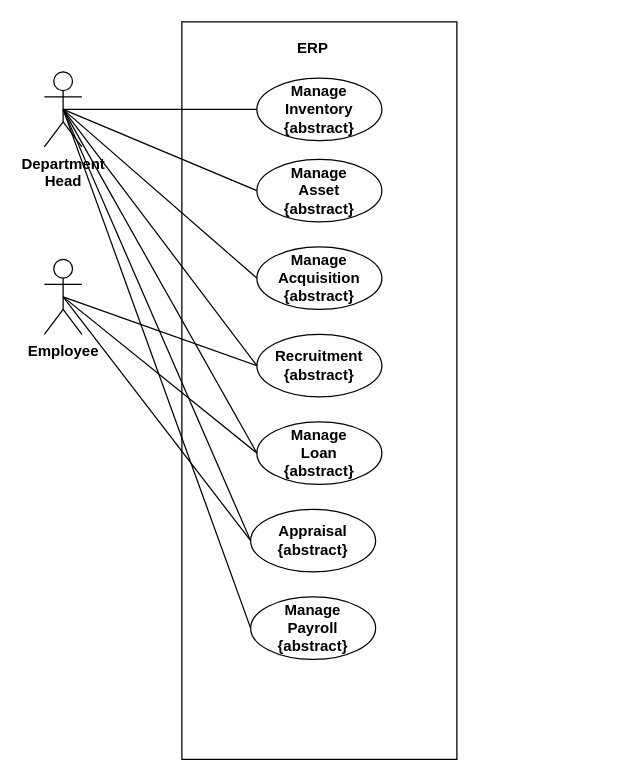
Above: stadia/system-documentation/usecases/top_level_usecase.drawio in Simonbelete/odoo-modules (draw.io), before the change. Source tidied: cells renumbered, new cells numbered last; positions are measured from the earlier drawing's top-left corner, leaving out a move shared by most shapes. Both pictures are drawn from the tidied source at 125%, with x=0, y=0 at pixel (44, 21).
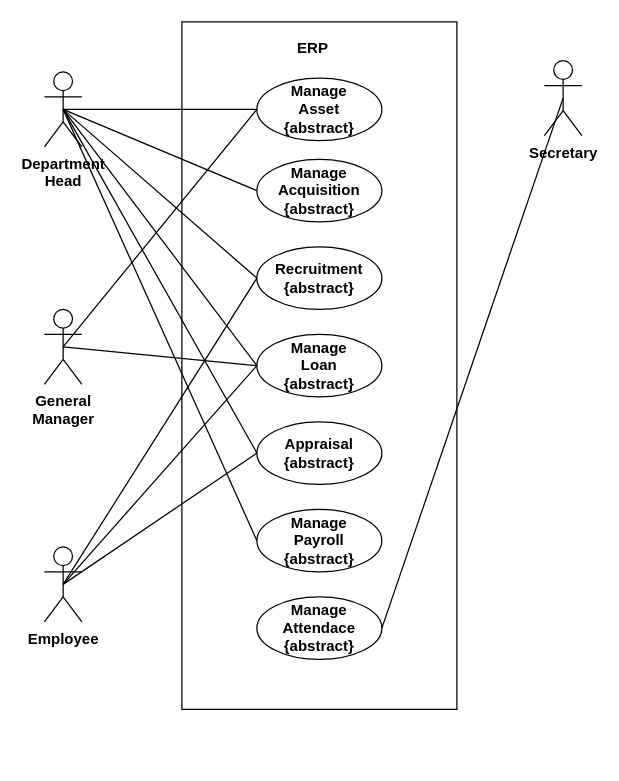
Above is the later version.

The change refers to these unchanged cells:
```xml
<mxCell id="5" value="Department &lt;br&gt;Head" style="shape=umlActor;verticalLabelPosition=bottom;labelBackgroundColor=#ffffff;verticalAlign=top;html=1;outlineConnect=0;fontStyle=1;" parent="1" vertex="1">
  <mxGeometry y="40" width="30" height="60" as="geometry" />
</mxCell>
```

The edit, as a diff of the source:
```diff
@@
     <mxCell id="2" style="rounded=0;whiteSpace=wrap;html=1;" parent="1" vertex="1">
-      <mxGeometry x="110" width="220" height="590" as="geometry" />
+      <mxGeometry x="110" width="220" height="550" as="geometry" />
     </mxCell>
@@
-    <mxCell id="6" value="Manage&lt;br&gt;Inventory&lt;br&gt;{abstract}" style="ellipse;whiteSpace=wrap;html=1;fontStyle=1;labelBackgroundColor=none;labelBorderColor=none;" parent="1" vertex="1">
+    <mxCell id="6" value="Manage&lt;br&gt;Asset&lt;br&gt;{abstract}" style="ellipse;whiteSpace=wrap;html=1;fontStyle=1;labelBackgroundColor=none;labelBorderColor=none;" parent="1" vertex="1">
       <mxGeometry x="170" y="45" width="100" height="50" as="geometry" />
     </mxCell>
-    <mxCell id="7" value="Manage&lt;br&gt;Asset&lt;br&gt;{abstract}" style="ellipse;whiteSpace=wrap;html=1;fontStyle=1;labelBackgroundColor=none;labelBorderColor=none;" parent="1" vertex="1">
-      <mxGeometry x="170" y="110" width="100" height="50" as="geometry" />
-    </mxCell>
-    <mxCell id="8" style="edgeStyle=none;jettySize=auto;html=1;exitX=0.5;exitY=0.5;exitDx=0;exitDy=0;exitPerimeter=0;entryX=0;entryY=0.5;entryDx=0;entryDy=0;endArrow=none;" parent="1" edge="1" source="5" target="7">
-      <mxGeometry relative="1" as="geometry" />
-    </mxCell>
     <mxCell id="9" value="Manage Acquisition&lt;br&gt;{abstract}" style="ellipse;whiteSpace=wrap;html=1;fontStyle=1;labelBackgroundColor=none;labelBorderColor=none;" parent="1" vertex="1">
-      <mxGeometry x="170" y="180" width="100" height="50" as="geometry" />
+      <mxGeometry x="170" y="110" width="100" height="50" as="geometry" />
     </mxCell>
     <mxCell id="10" value="Recruitment&lt;br&gt;{abstract}" style="ellipse;whiteSpace=wrap;html=1;fontStyle=1;labelBackgroundColor=none;labelBorderColor=none;" parent="1" vertex="1">
-      <mxGeometry x="170" y="250" width="100" height="50" as="geometry" />
+      <mxGeometry x="170" y="180" width="100" height="50" as="geometry" />
     </mxCell>
     <mxCell id="11" value="Employee" style="shape=umlActor;verticalLabelPosition=bottom;labelBackgroundColor=#ffffff;verticalAlign=top;html=1;outlineConnect=0;fontStyle=1;" parent="1" vertex="1">
-      <mxGeometry y="190" width="30" height="60" as="geometry" />
+      <mxGeometry y="420" width="30" height="60" as="geometry" />
     </mxCell>
@@
     <mxCell id="15" value="Manage&lt;br&gt;Loan&lt;br&gt;{abstract}" style="ellipse;whiteSpace=wrap;html=1;fontStyle=1;labelBackgroundColor=none;labelBorderColor=none;" parent="1" vertex="1">
-      <mxGeometry x="170" y="320" width="100" height="50" as="geometry" />
+      <mxGeometry x="170" y="250" width="100" height="50" as="geometry" />
     </mxCell>
@@
     <mxCell id="18" value="Appraisal&lt;br&gt;{abstract}" style="ellipse;whiteSpace=wrap;html=1;fontStyle=1;labelBackgroundColor=none;labelBorderColor=none;" parent="1" vertex="1">
-      <mxGeometry x="165" y="390" width="100" height="50" as="geometry" />
+      <mxGeometry x="170" y="320" width="100" height="50" as="geometry" />
     </mxCell>
@@
     <mxCell id="21" value="Manage&lt;br&gt;Payroll&lt;br&gt;{abstract}" style="ellipse;whiteSpace=wrap;html=1;fontStyle=1;labelBackgroundColor=none;labelBorderColor=none;" parent="1" vertex="1">
-      <mxGeometry x="165" y="460" width="100" height="50" as="geometry" />
+      <mxGeometry x="170" y="390" width="100" height="50" as="geometry" />
     </mxCell>
@@
+    <mxCell id="23" value="General&lt;br&gt;Manager" style="shape=umlActor;verticalLabelPosition=bottom;labelBackgroundColor=#ffffff;verticalAlign=top;html=1;outlineConnect=0;fontStyle=1;" parent="1" vertex="1">
+      <mxGeometry y="230" width="30" height="60" as="geometry" />
+    </mxCell>
+    <mxCell id="24" style="edgeStyle=none;jettySize=auto;html=1;exitX=0.5;exitY=0.5;exitDx=0;exitDy=0;exitPerimeter=0;endArrow=none;entryX=0;entryY=0.5;entryDx=0;entryDy=0;" parent="1" edge="1" source="23" target="6">
+      <mxGeometry relative="1" as="geometry" />
+    </mxCell>
+    <mxCell id="25" style="edgeStyle=none;jettySize=auto;html=1;exitX=0.5;exitY=0.5;exitDx=0;exitDy=0;exitPerimeter=0;endArrow=none;entryX=0;entryY=0.5;entryDx=0;entryDy=0;" parent="1" edge="1" source="23" target="15">
+      <mxGeometry relative="1" as="geometry" />
+    </mxCell>
+    <mxCell id="26" value="Manage&lt;br&gt;Attendace&lt;br&gt;{abstract}" style="ellipse;whiteSpace=wrap;html=1;fontStyle=1;labelBackgroundColor=none;labelBorderColor=none;" parent="1" vertex="1">
+      <mxGeometry x="170" y="460" width="100" height="50" as="geometry" />
+    </mxCell>
+    <mxCell id="27" value="Secretary" style="shape=umlActor;verticalLabelPosition=bottom;labelBackgroundColor=#ffffff;verticalAlign=top;html=1;outlineConnect=0;fontStyle=1;" parent="1" vertex="1">
+      <mxGeometry x="400" y="31" width="30" height="60" as="geometry" />
+    </mxCell>
+    <mxCell id="28" style="edgeStyle=none;jettySize=auto;html=1;exitX=1;exitY=0.5;exitDx=0;exitDy=0;endArrow=none;entryX=0.5;entryY=0.5;entryDx=0;entryDy=0;entryPerimeter=0;" parent="1" edge="1" source="26" target="27">
+      <mxGeometry relative="1" as="geometry" />
+    </mxCell>
```
